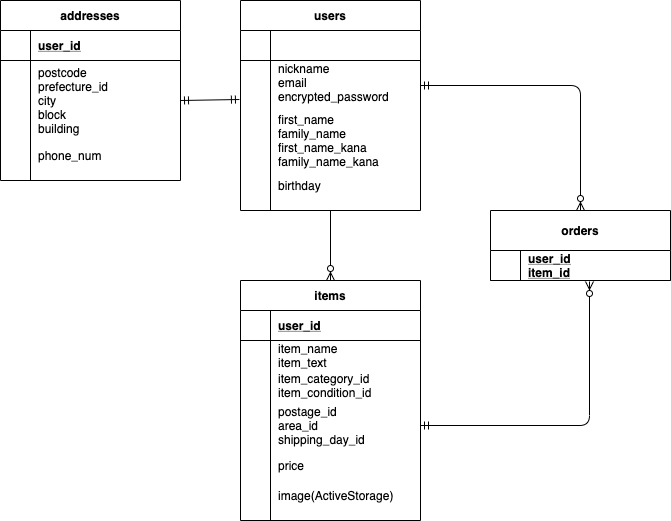
The draw.io diagram ER.drawio.png in ryamahita0407/furima-27986, before a commit. Source tidied: cells renumbered, new cells last; positions are measured from the earlier drawing's top-left corner, leaving out a move shared by most shapes.
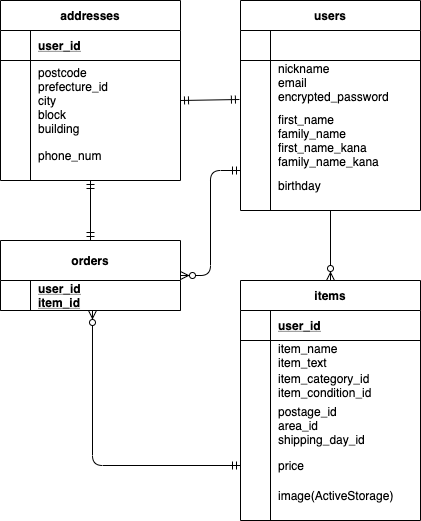
Later version of the same file.

Commit message:
ER図及びREADME再作成

What changed in the source:
```diff
@@ -8,9 +8,6 @@
     <mxCell id="3" style="fontSize=12;html=1;endArrow=ERmandOne;startArrow=ERmandOne;exitX=1;exitY=0.5;exitDx=0;exitDy=0;entryX=-0.006;entryY=0.78;entryDx=0;entryDy=0;entryPerimeter=0;" parent="1" edge="1" source="9" target="19">
       <mxGeometry relative="1" as="geometry" />
     </mxCell>
-    <mxCell id="4" style="edgeStyle=orthogonalEdgeStyle;fontSize=12;html=1;endArrow=ERzeroToMany;startArrow=ERmandOne;entryX=0.5;entryY=0;entryDx=0;entryDy=0;exitX=1;exitY=0.5;exitDx=0;exitDy=0;" parent="1" edge="1" source="19" target="47">
-      <mxGeometry relative="1" as="geometry" />
-    </mxCell>
     <mxCell id="5" value="addresses" style="shape=table;startSize=30;rowLines=0;fontStyle=1;align=center;" parent="1" vertex="1">
       <mxGeometry width="180" height="180" as="geometry" />
     </mxCell>
@@ -138,7 +135,7 @@
       <mxGeometry x="30" width="150" height="30" as="geometry" />
     </mxCell>
     <mxCell id="47" value="orders" style="shape=table;startSize=40;rowLines=0;fontStyle=1;align=center;" parent="1" vertex="1">
-      <mxGeometry x="490" y="210" width="180" height="70" as="geometry" />
+      <mxGeometry y="240" width="180" height="70" as="geometry" />
     </mxCell>
     <mxCell id="48" style="shape=partialRectangle;fillColor=none;top=0;left=0;bottom=1;right=0;points=[[0,0.5],[1,0.5]];portConstraint=eastwest;" parent="47" vertex="1">
       <mxGeometry y="40" width="180" height="30" as="geometry" />
@@ -149,8 +146,16 @@
     <mxCell id="50" value="user_id&#10;item_id" style="shape=partialRectangle;fillColor=none;top=0;left=0;bottom=0;right=0;align=left;spacingLeft=6;fontStyle=5;overflow=hidden;" parent="48" vertex="1">
       <mxGeometry x="30" width="150" height="30" as="geometry" />
     </mxCell>
-    <mxCell id="51" style="edgeStyle=orthogonalEdgeStyle;fontSize=12;html=1;endArrow=ERzeroToMany;startArrow=ERmandOne;entryX=0.55;entryY=1.033;entryDx=0;entryDy=0;entryPerimeter=0;" parent="1" edge="1" source="38" target="48">
-      <mxGeometry relative="1" as="geometry" />
-    </mxCell>
+    <mxCell id="52" style="fontSize=12;html=1;endArrow=ERmandOne;startArrow=ERmandOne;exitX=0.5;exitY=0;exitDx=0;exitDy=0;entryX=0.5;entryY=1;entryDx=0;entryDy=0;" parent="1" edge="1" source="47" target="5">
+      <mxGeometry relative="1" as="geometry" />
+    </mxCell>
+    <mxCell id="53" style="edgeStyle=orthogonalEdgeStyle;fontSize=12;html=1;endArrow=ERzeroToMany;startArrow=ERmandOne;entryX=1;entryY=0.5;entryDx=0;entryDy=0;" parent="1" edge="1" target="47">
+      <mxGeometry relative="1" as="geometry">
+        <mxPoint x="240" y="170" as="sourcePoint" />
+      </mxGeometry>
+    </mxCell>
+    <mxCell id="54" style="edgeStyle=orthogonalEdgeStyle;fontSize=12;html=1;endArrow=ERzeroToMany;startArrow=ERmandOne;entryX=0.511;entryY=1;entryDx=0;entryDy=0;entryPerimeter=0;exitX=0;exitY=0.5;exitDx=0;exitDy=0;" parent="1" edge="1" source="41" target="48">
+      <mxGeometry relative="1" as="geometry" />
+    </mxCell>
   </root>
 </mxGraphModel>
```
